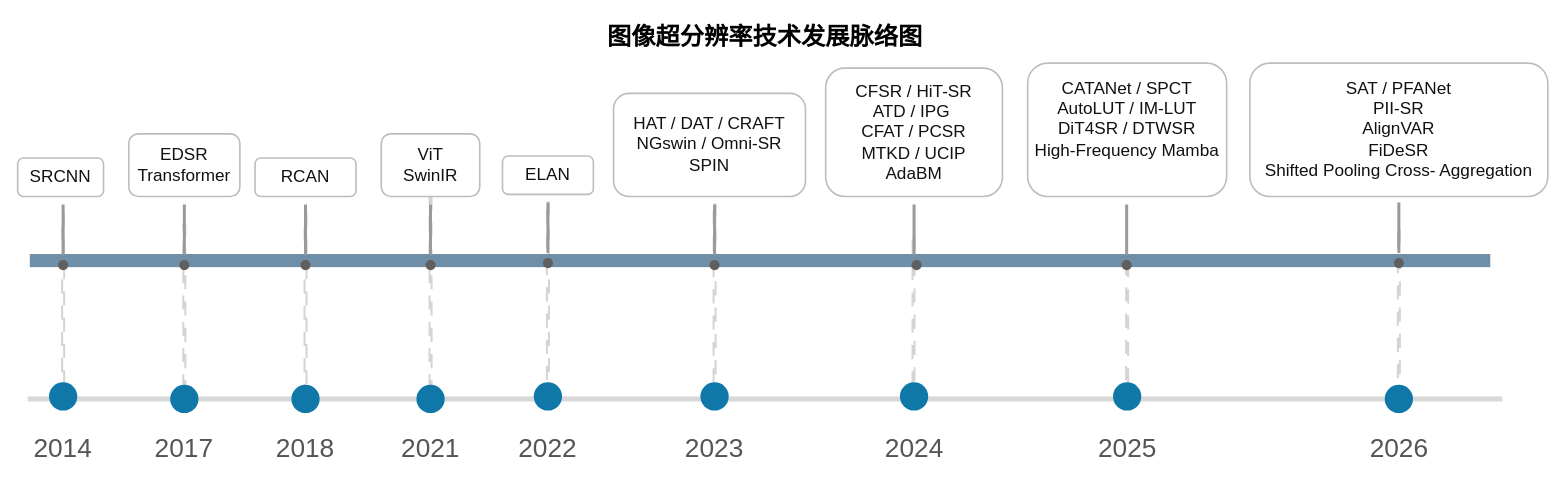
Earlier version of the draw.io diagram figures_drawio/fig2_lightweight_sr_timeline.drawio (nhh-7/catanet_pfa). Source tidied: cells renumbered, new cells numbered last; positions are measured from the earlier drawing's top-left corner, leaving out a move shared by most shapes. Both pictures are drawn from the tidied source at 101%, with x=0, y=0 at pixel (17, 17).
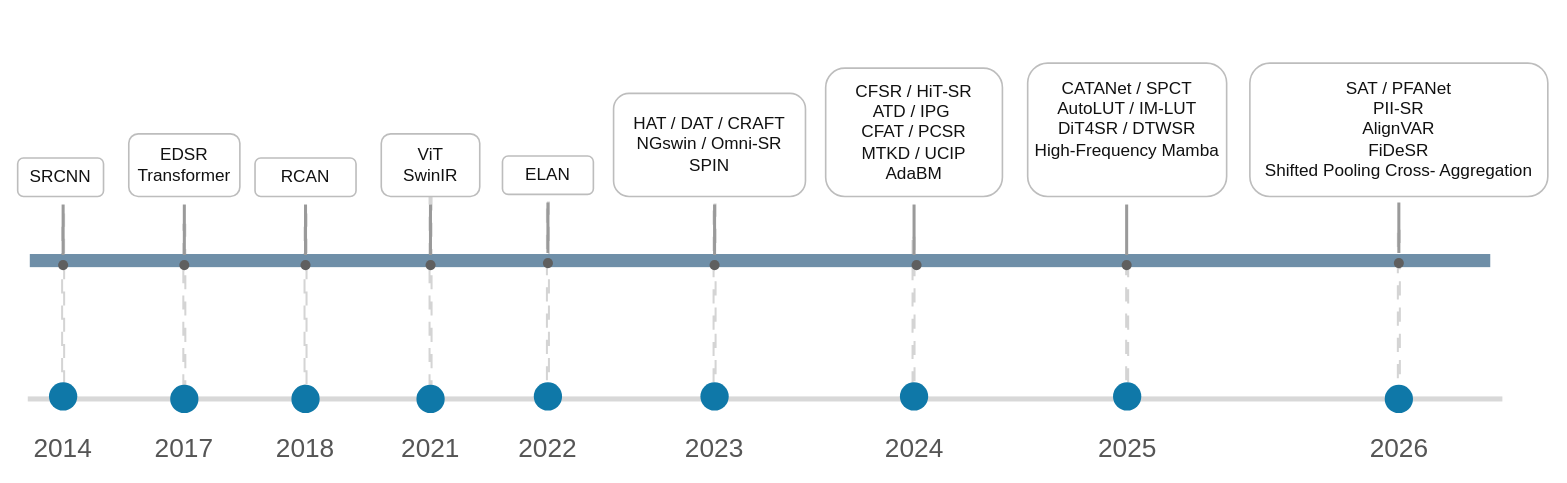
Above is the later version.

What changed in the source:
```diff
@@
-    <mxCell id="11" value="图像超分辨率技术发展脉络图" style="text;html=1;strokeColor=none;fillColor=none;align=center;verticalAlign=middle;whiteSpace=wrap;rounded=0;fontSize=24;fontStyle=1;fontFamily=Microsoft YaHei;" parent="1" vertex="1">
-      <mxGeometry x="360" width="760" height="40" as="geometry" />
-    </mxCell>
```
